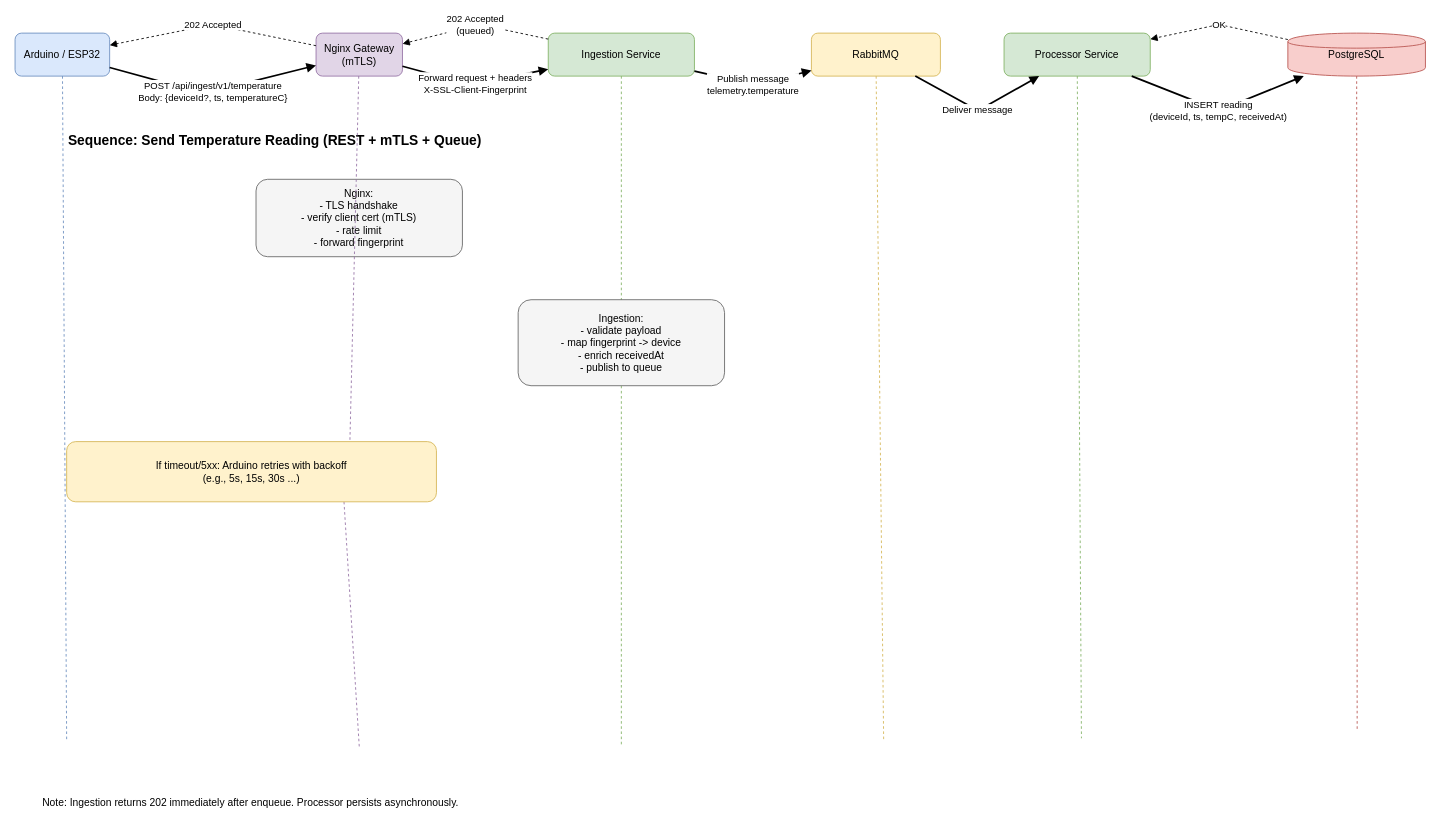
This is docs/diagrams/iot-sequence-send-reading.drawio from PawelUrbanik/SenseCore, a draw.io file, before an edit. Source tidied: cells renumbered, new cells numbered last; positions are measured from the earlier drawing's top-left corner, leaving out a move shared by most shapes. Both pictures are drawn from the tidied source at 86%, with x=0, y=0 at pixel (15, 24).
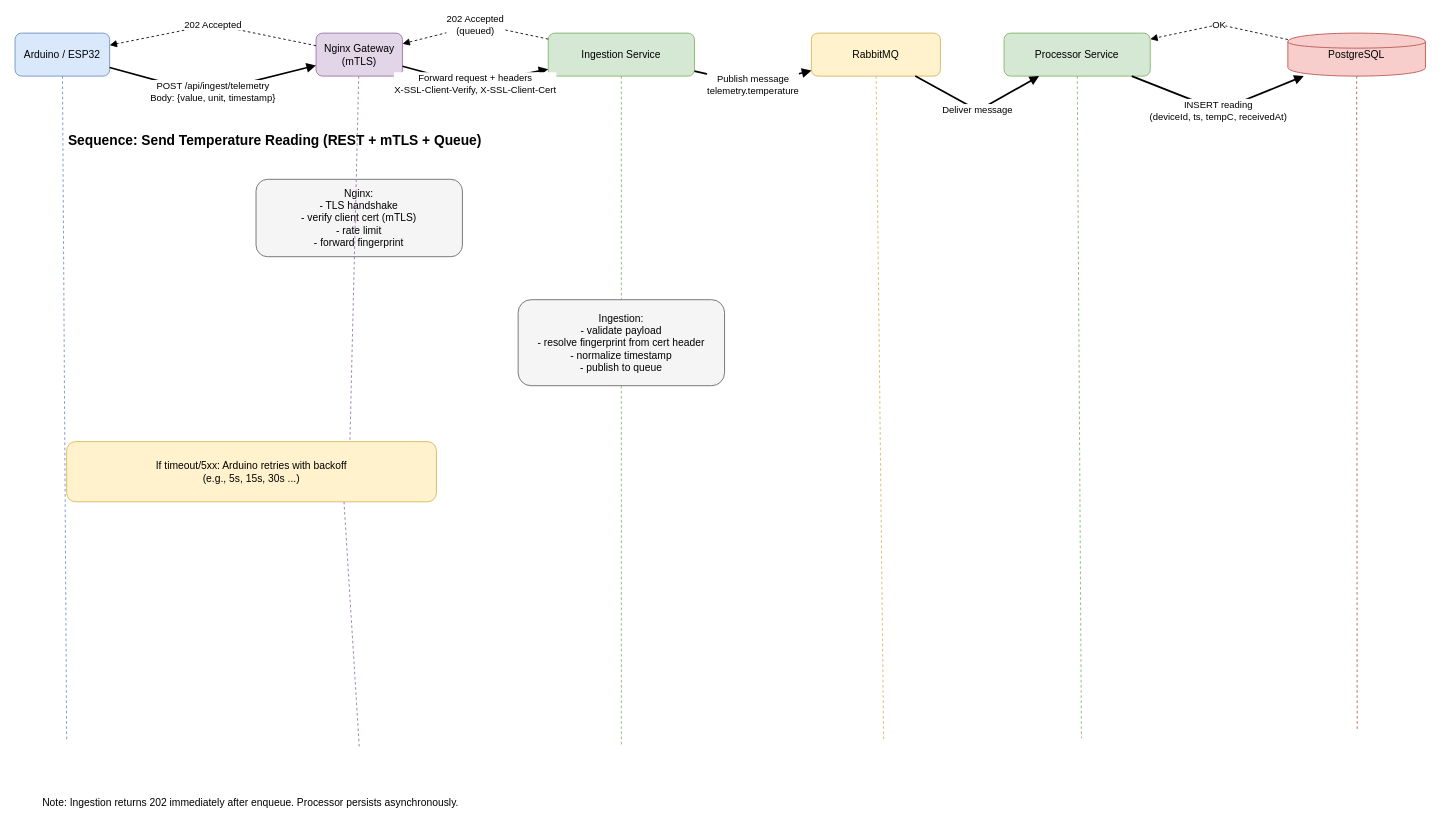
Above is the later version.

Unchanged cells that the change refers to:
```xml
<mxCell id="2" value="Arduino / ESP32" style="rounded=1;whiteSpace=wrap;html=1;fillColor=#dae8fc;strokeColor=#6c8ebf;" parent="1" vertex="1">
  <mxGeometry y="10" width="110" height="50" as="geometry" />
</mxCell>
<mxCell id="3" value="Nginx Gateway&#10;(mTLS)" style="rounded=1;whiteSpace=wrap;html=1;fillColor=#e1d5e7;strokeColor=#9673a6;" parent="1" vertex="1">
  <mxGeometry x="350" y="10" width="100.5" height="50" as="geometry" />
</mxCell>
<mxCell id="4" value="Ingestion Service" style="rounded=1;whiteSpace=wrap;html=1;fillColor=#d5e8d4;strokeColor=#82b366;" parent="1" vertex="1">
  <mxGeometry x="620" y="10" width="170" height="50" as="geometry" />
</mxCell>
```

Diff of the diagram source:
```diff
@@
-    <mxCell id="21" value="POST /api/ingest/v1/temperature&#10;Body: {deviceId?, ts, temperatureC}" style="endArrow=block;html=1;strokeWidth=2;" parent="1" edge="1" source="2" target="3">
+    <mxCell id="21" value="POST /api/ingest/telemetry&#10;Body: {value, unit, timestamp}" style="endArrow=block;html=1;strokeWidth=2;" parent="1" edge="1" source="2" target="3">
       <mxGeometry relative="1" as="geometry">
         <Array as="points">
           <mxPoint x="220" y="80" />
         </Array>
       </mxGeometry>
     </mxCell>
@@
-    <mxCell id="23" value="Forward request + headers&#10;X-SSL-Client-Fingerprint" style="endArrow=block;html=1;strokeWidth=2;" parent="1" edge="1" source="3" target="4">
+    <mxCell id="23" value="Forward request + headers&#10;X-SSL-Client-Verify, X-SSL-Client-Cert" style="endArrow=block;html=1;strokeWidth=2;" parent="1" edge="1" source="3" target="4">
       <mxGeometry relative="1" as="geometry">
         <Array as="points">
           <mxPoint x="530" y="70" />
         </Array>
       </mxGeometry>
     </mxCell>
-    <mxCell id="24" value="Ingestion:&#10;- validate payload&#10;- map fingerprint -&gt; device&#10;- enrich receivedAt&#10;- publish to queue" style="rounded=1;whiteSpace=wrap;html=1;fillColor=#f5f5f5;strokeColor=#666666;" parent="1" vertex="1">
+    <mxCell id="24" value="Ingestion:&#10;- validate payload&#10;- resolve fingerprint from cert header&#10;- normalize timestamp&#10;- publish to queue" style="rounded=1;whiteSpace=wrap;html=1;fillColor=#f5f5f5;strokeColor=#666666;" parent="1" vertex="1">
       <mxGeometry x="585" y="320" width="240" height="100" as="geometry" />
     </mxCell>
```
